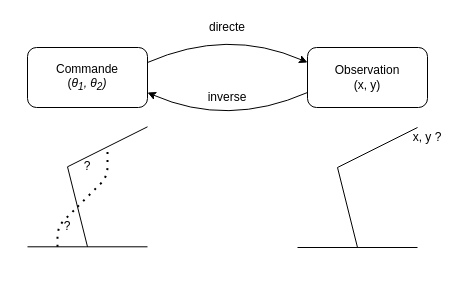
Earlier version of the draw.io diagram rapport/graphics/Modelisation_Diagram.drawio (lukyky414/Goal_Babling). Source tidied: cells renumbered, new cells numbered last; positions are measured from the earlier drawing's top-left corner, leaving out a move shared by most shapes. Both pictures are drawn from the tidied source at 100%, with x=0, y=0 at pixel (27, 17).
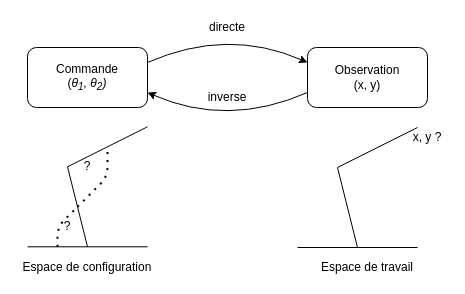
The same page after the edit.

What changed in the source:
```diff
@@
+    <mxCell id="19" value="Espace de configuration" style="text;html=1;strokeColor=none;fillColor=none;align=center;verticalAlign=middle;whiteSpace=wrap;rounded=0;" parent="1" vertex="1">
+      <mxGeometry x="-10" y="240" width="140" height="20" as="geometry" />
+    </mxCell>
+    <mxCell id="20" value="Espace de travail" style="text;html=1;strokeColor=none;fillColor=none;align=center;verticalAlign=middle;whiteSpace=wrap;rounded=0;" parent="1" vertex="1">
+      <mxGeometry x="290" y="240" width="100" height="20" as="geometry" />
+    </mxCell>
```
